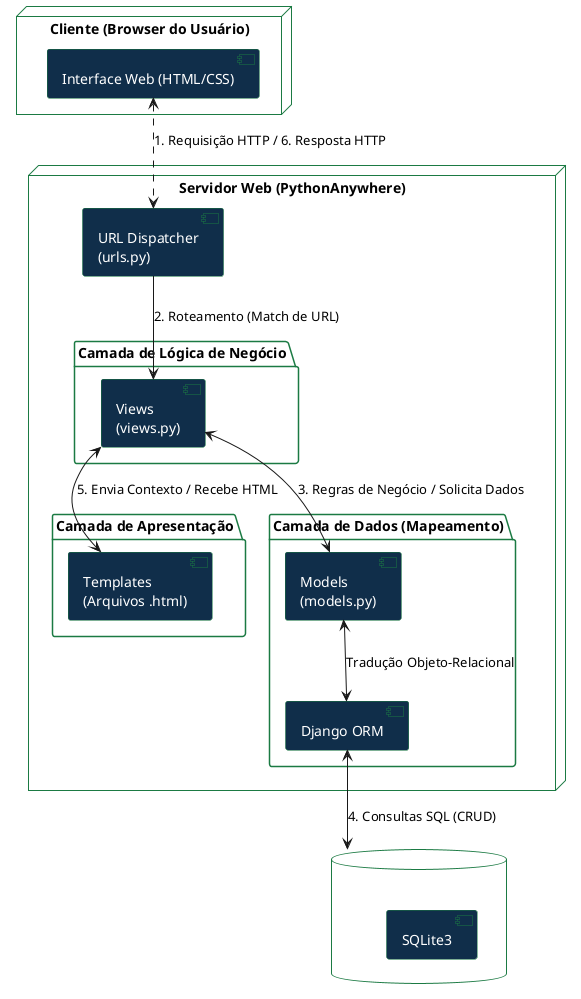
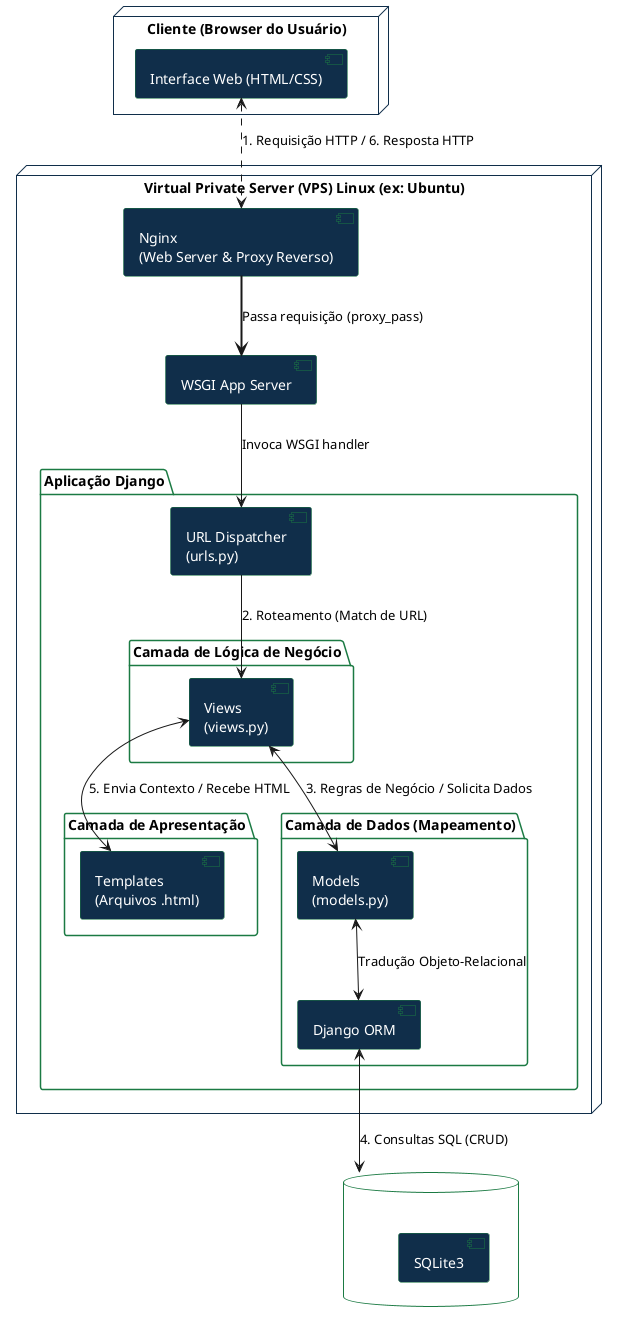
@startuml
!define DARKBLUE #102e4a
!define GREEN #1b7a43
!define WHITE #FFFFFF

+ ' Manter o estilo original
skinparam component {
    BackgroundColor DARKBLUE
    BorderColor GREEN
    FontColor WHITE
}
skinparam databaseBackgroundColor GREEN
skinparam databaseFontColor WHITE
skinparam databaseBorderColor DARKBLUE
skinparam packageBackgroundColor transparent
skinparam packageBorderColor GREEN
+ skinparam nodeBackgroundColor WHITE
+ skinparam nodeBorderColor DARKBLUE

node "Cliente (Browser do Usuário)" as Client {
    [Interface Web (HTML/CSS)] as UI
}

- node "Servidor Web (PythonAnywhere)" as Server {
-     [URL Dispatcher\n(urls.py)] as URLs
+ ' Alteração do Nó de PythonAnywhere para VPS
+ node "Virtual Private Server (VPS) Linux (ex: Ubuntu)" as VPS {

-     package "Camada de Apresentação" {
-         [Templates\n(Arquivos .html)] as Template
-     }
+     ' Novos componentes de infraestrutura necessários na VPS
+     [Nginx\n(Web Server & Proxy Reverso)] as Nginx
+     [WSGI App Server] as Gunicorn

-     package "Camada de Lógica de Negócio" {
-         [Views\n(views.py)] as View
-     }
+     package "Aplicação Django" as DjangoApp {
+         [URL Dispatcher\n(urls.py)] as URLs

-     package "Camada de Dados (Mapeamento)" {
-         [Models\n(models.py)] as Model
-         [Django ORM] as ORM
+         package "Camada de Apresentação" {
+             [Templates\n(Arquivos .html)] as Template
+         }
+ 
+         package "Camada de Lógica de Negócio" {
+             [Views\n(views.py)] as View
+         }
+ 
+         package "Camada de Dados (Mapeamento)" {
+             [Models\n(models.py)] as Model
+             [Django ORM] as ORM
+         }
    }
}

database "Armazenamento Físico" as DB {
    [SQLite3]
}

- UI <..> URLs : "1. Requisição HTTP / 6. Resposta HTTP"
+ ' -- Fluxo de Comunicação Atualizado --
+ 
+ ' 1 e 6: Cliente fala com o Nginx (porta 80/443)
+ UI <..> Nginx : "1. Requisição HTTP / 6. Resposta HTTP"
+ 
+ ' Nginx passa para o Gunicorn (via Unix Socket ou porta interna)
+ Nginx ==> Gunicorn : "Passa requisição (proxy_pass)"
+ 
+ ' Gunicorn chama a aplicação Django
+ Gunicorn --> URLs : "Invoca WSGI handler"
+ 
+ ' Mantendo o fluxo interno do Django original
URLs --> View : "2. Roteamento (Match de URL)"
View <--> Model : "3. Regras de Negócio / Solicita Dados"
Model <--> ORM : "Tradução Objeto-Relacional"
ORM <--> DB : "4. Consultas SQL (CRUD)"
View <--> Template : "5. Envia Contexto / Recebe HTML"

@enduml